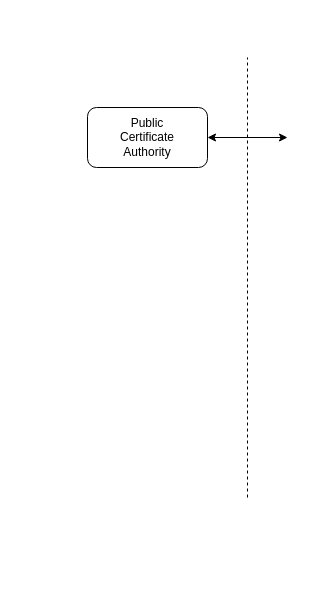
The draw.io diagram Untitled Diagram.drawio in WilliamStar007/Interoperable-Healthcare-Blockchain-Diagram, before the edit. Source tidied: cells renumbered, new cells numbered last; positions are measured from the earlier drawing's top-left corner, leaving out a move shared by most shapes. Both pictures are drawn from the tidied source at 100%, with x=0, y=0 at pixel (87, 57).
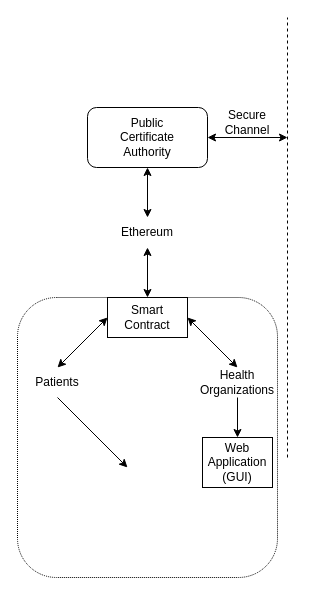
The same diagram, later.

The change refers to these unchanged cells:
```xml
<mxCell id="2" value="Public&lt;br&gt;Certificate&lt;br&gt;Authority" style="rounded=1;whiteSpace=wrap;html=1;" parent="1" vertex="1">
  <mxGeometry y="50" width="120" height="60" as="geometry" />
</mxCell>
```

What changed in the source:
```diff
@@
     <mxCell id="3" style="endArrow=none;dashed=1;html=1;rounded=0;" parent="1" edge="1">
       <mxGeometry relative="1" as="geometry">
-        <mxPoint x="160" y="440" as="sourcePoint" />
-        <mxPoint x="160" as="targetPoint" />
+        <mxPoint x="200" y="400" as="sourcePoint" />
+        <mxPoint x="200" y="-40" as="targetPoint" />
       </mxGeometry>
     </mxCell>
@@
+    <mxCell id="5" value="Secure Channel" style="text;strokeColor=none;align=center;fillColor=none;html=1;verticalAlign=middle;whiteSpace=wrap;rounded=0;" parent="1" vertex="1">
+      <mxGeometry x="130" y="50" width="60" height="30" as="geometry" />
+    </mxCell>
+    <mxCell id="6" style="endArrow=classic;startArrow=classic;html=1;rounded=0;entryX=0.5;entryY=1;entryDx=0;entryDy=0;" parent="1" edge="1" target="2">
+      <mxGeometry relative="1" as="geometry">
+        <mxPoint x="60" y="160" as="sourcePoint" />
+      </mxGeometry>
+    </mxCell>
+    <mxCell id="7" value="Ethereum" style="text;strokeColor=none;align=center;fillColor=none;html=1;verticalAlign=middle;whiteSpace=wrap;rounded=0;" parent="1" vertex="1">
+      <mxGeometry x="30" y="160" width="60" height="30" as="geometry" />
+    </mxCell>
+    <mxCell id="8" style="endArrow=classic;startArrow=classic;html=1;rounded=0;entryX=0.5;entryY=1;entryDx=0;entryDy=0;" parent="1" edge="1" target="7">
+      <mxGeometry relative="1" as="geometry">
+        <mxPoint x="60" y="240" as="sourcePoint" />
+      </mxGeometry>
+    </mxCell>
+    <mxCell id="9" style="rounded=1;whiteSpace=wrap;html=1;dashed=1;dashPattern=1 1;" parent="1" vertex="1">
+      <mxGeometry x="-70" y="240" width="260" height="280" as="geometry" />
+    </mxCell>
+    <mxCell id="10" value="Patients" style="text;strokeColor=none;align=center;fillColor=none;html=1;verticalAlign=middle;whiteSpace=wrap;rounded=0;" parent="1" vertex="1">
+      <mxGeometry x="-60" y="310" width="60" height="30" as="geometry" />
+    </mxCell>
+    <mxCell id="11" value="Health Organizations" style="text;strokeColor=none;align=center;fillColor=none;html=1;verticalAlign=middle;whiteSpace=wrap;rounded=0;" parent="1" vertex="1">
+      <mxGeometry x="120" y="310" width="60" height="30" as="geometry" />
+    </mxCell>
+    <mxCell id="12" style="endArrow=classic;startArrow=classic;html=1;rounded=0;entryX=0.5;entryY=0;entryDx=0;entryDy=0;exitX=0;exitY=0.5;exitDx=0;exitDy=0;" parent="1" edge="1" source="13" target="10">
+      <mxGeometry relative="1" as="geometry" />
+    </mxCell>
+    <mxCell id="13" value="Smart Contract" style="rounded=0;whiteSpace=wrap;html=1;" parent="1" vertex="1">
+      <mxGeometry x="20" y="240" width="80" height="40" as="geometry" />
+    </mxCell>
+    <mxCell id="14" style="endArrow=classic;startArrow=classic;html=1;rounded=0;exitX=1;exitY=0.5;exitDx=0;exitDy=0;entryX=0.5;entryY=0;entryDx=0;entryDy=0;" parent="1" edge="1" source="13" target="11">
+      <mxGeometry relative="1" as="geometry" />
+    </mxCell>
+    <mxCell id="15" style="endArrow=classic;html=1;rounded=0;exitX=0.5;exitY=1;exitDx=0;exitDy=0;entryX=0.423;entryY=0.607;entryDx=0;entryDy=0;entryPerimeter=0;" parent="1" edge="1" source="10" target="9">
+      <mxGeometry relative="1" as="geometry" />
+    </mxCell>
+    <mxCell id="16" value="Web Application&lt;br&gt;(GUI)" style="rounded=0;whiteSpace=wrap;html=1;" parent="1" vertex="1">
+      <mxGeometry x="115" y="380" width="70" height="50" as="geometry" />
+    </mxCell>
+    <mxCell id="17" style="endArrow=classic;html=1;rounded=0;exitX=0.5;exitY=1;exitDx=0;exitDy=0;entryX=0.5;entryY=0;entryDx=0;entryDy=0;" parent="1" edge="1" source="11" target="16">
+      <mxGeometry relative="1" as="geometry" />
+    </mxCell>
```
